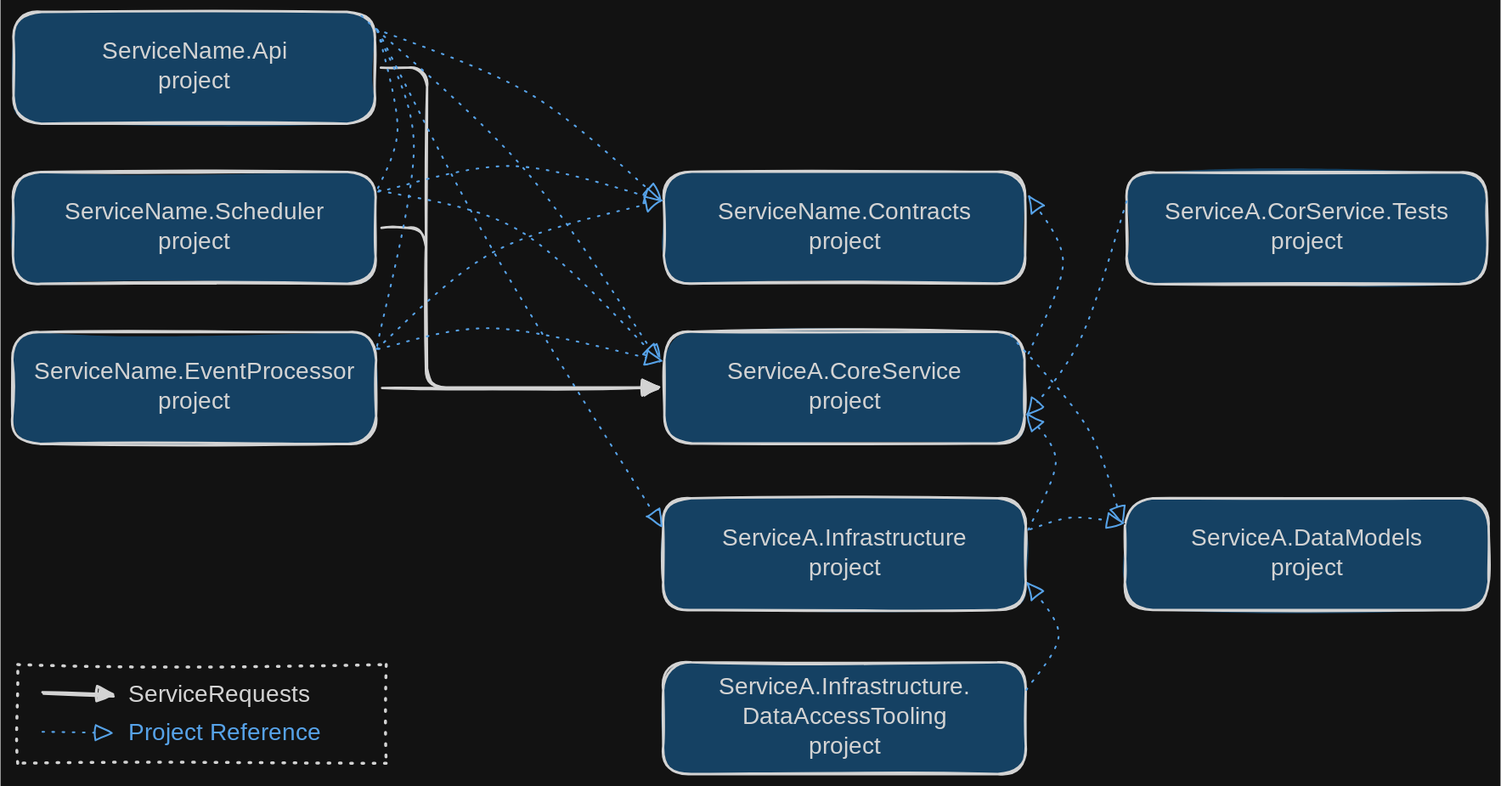
gmarginet/CleanArchitectureToolkit keeps this Excalidraw diagram as resources/schemas/CatServiceProjectStructure.excalidraw.svg. Above is the earlier version. Source tidied: one line per element, renumbered; positions are measured from the earlier drawing's top-left corner, leaving out a move shared by most shapes.
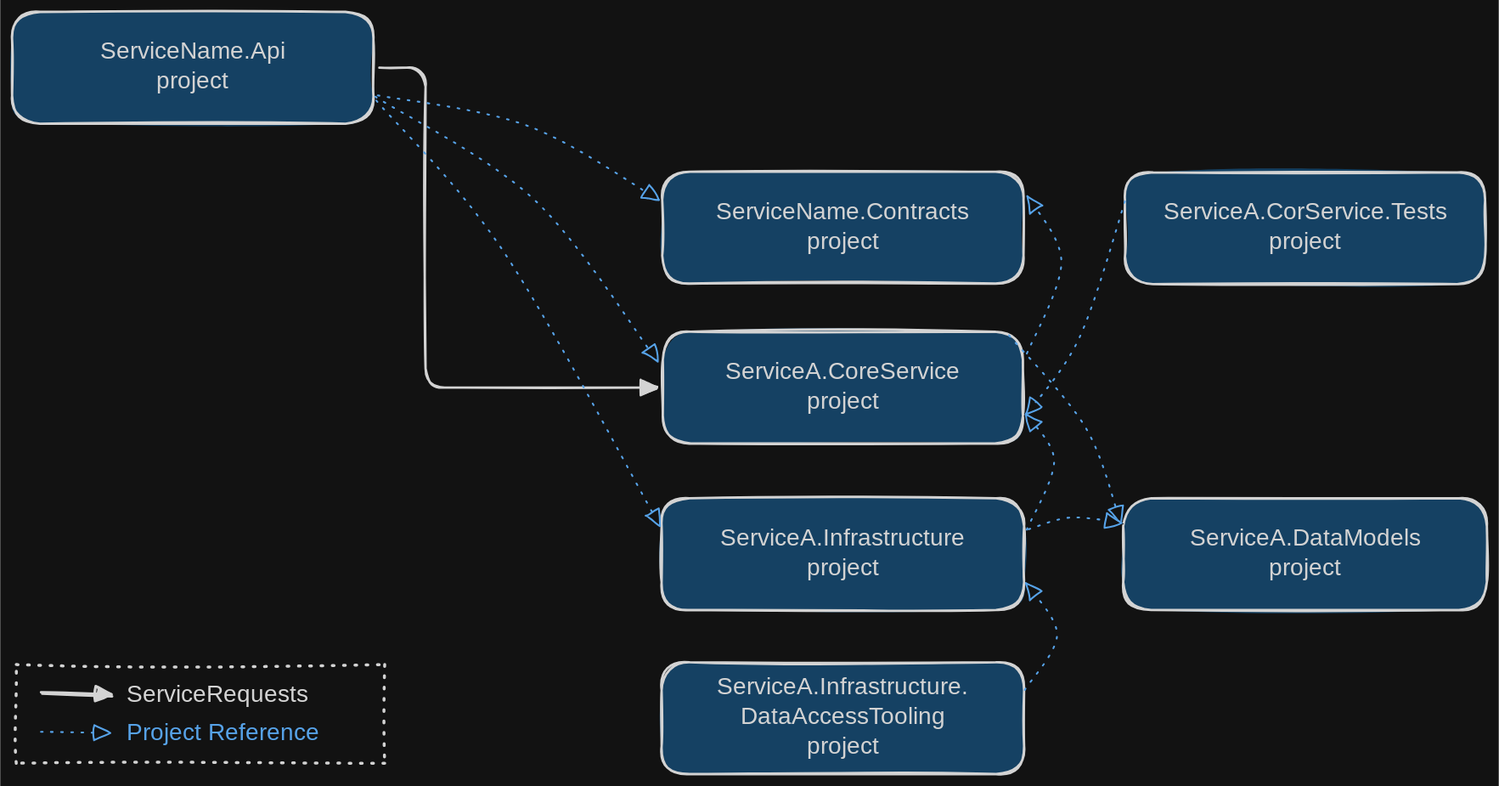
The same diagram one commit later.

Commit message:
Describe the workers as modules of the API, not projects (skip-pub)

Change to the diagram source:
```diff
@@ -1,11 +1,8 @@
-{"id": 0, "type": "rectangle", "strokeColor": "#1e1e1e", "backgroundColor": "#a5d8ff", "fillStyle": "solid", "strokeWidth": 2, "roughness": 1, "round": true, "x": 0, "y": 135, "width": 305, "height": 94}
-{"id": 1, "type": "text", "text": "ServiceName.Scheduler\nproject", "strokeColor": "#1e1e1e", "strokeWidth": 2, "roughness": 1, "fontSize": 20, "fontFamily": 5, "textAlign": "center", "verticalAlign": "middle", "inside": 0, "x": 47, "y": 157, "width": 212, "height": 50}
 {"id": 2, "type": "rectangle", "strokeColor": "#1e1e1e", "backgroundColor": "#a5d8ff", "fillStyle": "solid", "strokeWidth": 2, "roughness": 1, "round": true, "x": 1, "y": 0, "width": 304, "height": 94}
 {"id": 3, "type": "text", "text": "ServiceName.Api\nproject", "strokeColor": "#1e1e1e", "strokeWidth": 2, "roughness": 1, "fontSize": 20, "fontFamily": 5, "textAlign": "center", "verticalAlign": "middle", "inside": 2, "x": 78, "y": 22, "width": 150, "height": 50}
 {"id": 4, "type": "rectangle", "strokeColor": "#1e1e1e", "backgroundColor": "#a5d8ff", "fillStyle": "solid", "strokeWidth": 2, "roughness": 1, "round": true, "x": 548, "y": 269, "width": 303, "height": 94}
 {"id": 5, "type": "text", "text": "ServiceA.CoreService\nproject", "strokeColor": "#1e1e1e", "strokeWidth": 2, "roughness": 1, "fontSize": 20, "fontFamily": 5, "textAlign": "center", "verticalAlign": "middle", "inside": 4, "x": 601, "y": 291, "width": 197, "height": 50}
 {"id": 6, "type": "arrow", "strokeColor": "#1e1e1e", "strokeWidth": 2, "roughness": 1, "endArrowhead": "triangle", "from": 2, "to": 4, "x": 310, "y": 47, "width": 234, "height": 269, "points": [[0, 0], [39, 0], [39, 269], [234, 269]]}
-{"id": 7, "type": "arrow", "strokeColor": "#1e1e1e", "strokeWidth": 2, "roughness": 1, "endArrowhead": "triangle", "from": 0, "to": 4, "x": 310, "y": 182, "width": 233, "height": 134, "points": [[0, 0], [37, 0], [37, 134], [233, 134]]}
 {"id": 8, "type": "rectangle", "strokeColor": "#1e1e1e", "backgroundColor": "#a5d8ff", "fillStyle": "solid", "strokeWidth": 2, "roughness": 1, "round": true, "x": 548, "y": 134, "width": 304, "height": 94}
 {"id": 9, "type": "text", "text": "ServiceName.Contracts\nproject", "strokeColor": "#1e1e1e", "strokeWidth": 2, "roughness": 1, "fontSize": 20, "fontFamily": 5, "textAlign": "center", "verticalAlign": "middle", "inside": 8, "x": 591, "y": 156, "width": 218, "height": 50}
 {"id": 10, "type": "rectangle", "strokeColor": "#1e1e1e", "backgroundColor": "#a5d8ff", "fillStyle": "solid", "strokeWidth": 2, "roughness": 1, "round": true, "x": 548, "y": 409, "width": 305, "height": 94}
@@ -21,21 +18,12 @@
 {"id": 20, "type": "arrow", "strokeColor": "#1e1e1e", "strokeWidth": 2, "roughness": 1, "endArrowhead": "triangle", "round": true, "x": 26, "y": 574, "width": 59, "height": 1, "points": [[0, 0], [59, 1]]}
 {"id": 21, "type": "text", "text": "ServiceRequests", "strokeColor": "#1e1e1e", "strokeWidth": 2, "roughness": 1, "fontSize": 20, "fontFamily": 5, "x": 98, "y": 563, "width": 158, "height": 25}
 {"id": 22, "type": "rectangle", "strokeColor": "#1e1e1e", "strokeWidth": 2, "strokeStyle": "dotted", "roughness": 1, "x": 4, "y": 549, "width": 310, "height": 83}
-{"id": 23, "type": "rectangle", "strokeColor": "#1e1e1e", "backgroundColor": "#a5d8ff", "fillStyle": "solid", "strokeWidth": 2, "roughness": 1, "round": true, "x": 0, "y": 269, "width": 306, "height": 94}
-{"id": 24, "type": "text", "text": "ServiceName.EventProcessor\nproject", "strokeColor": "#1e1e1e", "strokeWidth": 2, "roughness": 1, "fontSize": 20, "fontFamily": 5, "textAlign": "center", "verticalAlign": "middle", "inside": 23, "x": 16, "y": 291, "width": 275, "height": 50}
-{"id": 25, "type": "arrow", "strokeColor": "#1e1e1e", "strokeWidth": 2, "roughness": 1, "endArrowhead": "triangle", "from": 23, "x": 311, "y": 316, "width": 232, "height": 0, "points": [[0, 0], [232, 0]]}
-{"id": 26, "type": "arrow", "strokeColor": "#1971c2", "strokeWidth": 1, "strokeStyle": "dotted", "roughness": 1, "endArrowhead": "triangle_outline", "round": true, "from": 2, "to": 8, "x": 306, "y": 15, "width": 240, "height": 144, "points": [[0, 0], [130, 54], [240, 144]]}
+{"id": 26, "type": "arrow", "strokeColor": "#1971c2", "strokeWidth": 1, "strokeStyle": "dotted", "roughness": 1, "endArrowhead": "triangle_outline", "round": true, "from": 2, "to": 8, "x": 309, "y": 71, "width": 237, "height": 88, "points": [[0, 0], [125, 24], [237, 88]]}
-{"id": 27, "type": "arrow", "strokeColor": "#1971c2", "strokeWidth": 1, "strokeStyle": "dotted", "roughness": 1, "endArrowhead": "triangle_outline", "round": true, "from": 2, "to": 4, "x": 294, "y": 3, "width": 251, "height": 290, "points": [[0, 0], [137, 128], [251, 290]]}
+{"id": 27, "type": "arrow", "strokeColor": "#1971c2", "strokeWidth": 1, "strokeStyle": "dotted", "roughness": 1, "endArrowhead": "triangle_outline", "round": true, "from": 2, "to": 4, "x": 307, "y": 71, "width": 238, "height": 222, "points": [[0, 0], [134, 86], [238, 222]]}
-{"id": 28, "type": "arrow", "strokeColor": "#1971c2", "strokeWidth": 1, "strokeStyle": "dotted", "roughness": 1, "endArrowhead": "triangle_outline", "round": true, "from": 2, "to": 10, "x": 306, "y": 15, "width": 240, "height": 418, "points": [[0, 0], [99, 189], [240, 418]]}
+{"id": 28, "type": "arrow", "strokeColor": "#1971c2", "strokeWidth": 1, "strokeStyle": "dotted", "roughness": 1, "endArrowhead": "triangle_outline", "round": true, "from": 2, "to": 10, "x": 306, "y": 74, "width": 240, "height": 359, "points": [[0, 0], [107, 127], [240, 359]]}
 {"id": 29, "type": "arrow", "strokeColor": "#1971c2", "strokeWidth": 1, "strokeStyle": "dotted", "roughness": 1, "startArrowhead": "triangle_outline", "round": true, "from": 8, "to": 4, "x": 855, "y": 155, "width": 29, "height": 134, "points": [[0, 0], [28, 55], [-1, 134]]}
 {"id": 30, "type": "arrow", "strokeColor": "#1971c2", "strokeWidth": 1, "strokeStyle": "dotted", "roughness": 1, "endArrowhead": "triangle_outline", "round": true, "from": 16, "to": 4, "x": 936, "y": 159, "width": 83, "height": 179, "points": [[0, 0], [-38, 115], [-83, 179]]}
 {"id": 31, "type": "arrow", "strokeColor": "#1971c2", "strokeWidth": 1, "strokeStyle": "dotted", "roughness": 1, "endArrowhead": "triangle_outline", "round": true, "from": 10, "to": 4, "x": 856, "y": 435, "width": 25, "height": 98, "points": [[0, 0], [22, -57], [-3, -98]]}
 {"id": 32, "type": "arrow", "strokeColor": "#1971c2", "strokeWidth": 1, "strokeStyle": "dotted", "roughness": 1, "endArrowhead": "triangle_outline", "round": true, "from": 4, "to": 12, "x": 839, "y": 273, "width": 95, "height": 156, "points": [[0, 0], [65, 76], [95, 156]]}
 {"id": 33, "type": "arrow", "strokeColor": "#1971c2", "strokeWidth": 1, "strokeStyle": "dotted", "roughness": 1, "endArrowhead": "triangle_outline", "round": true, "from": 10, "to": 12, "x": 855, "y": 435, "width": 79, "height": 10, "points": [[0, 0], [35, -10], [79, -5]]}
-{"id": 34, "type": "arrow", "strokeColor": "#1971c2", "strokeWidth": 1, "strokeStyle": "dotted", "roughness": 1, "round": true, "from": 2, "to": 0, "x": 306, "y": 15, "width": 17, "height": 137, "points": [[0, 0], [17, 84], [1, 137]]}
-{"id": 35, "type": "arrow", "strokeColor": "#1971c2", "strokeWidth": 1, "strokeStyle": "dotted", "roughness": 1, "round": true, "from": 2, "to": 23, "x": 307, "y": 15, "width": 30, "height": 270, "points": [[0, 0], [30, 98], [1, 270]]}
-{"id": 36, "type": "arrow", "strokeColor": "#1971c2", "strokeWidth": 1, "strokeStyle": "dotted", "roughness": 1, "endArrowhead": "triangle_outline", "round": true, "from": 0, "to": 4, "x": 307, "y": 150, "width": 238, "height": 143, "points": [[0, 0], [120, 35], [238, 143]]}
-{"id": 37, "type": "arrow", "strokeColor": "#1971c2", "strokeWidth": 1, "strokeStyle": "dotted", "roughness": 1, "endArrowhead": "triangle_outline", "round": true, "from": 0, "to": 8, "x": 307, "y": 150, "width": 239, "height": 29, "points": [[0, 0], [113, -20], [239, 9]]}
-{"id": 38, "type": "arrow", "strokeColor": "#1971c2", "strokeWidth": 1, "strokeStyle": "dotted", "roughness": 1, "endArrowhead": "triangle_outline", "round": true, "from": 23, "to": 8, "x": 307, "y": 284, "width": 240, "height": 125, "points": [[0, 0], [100, -82], [240, -125]]}
-{"id": 39, "type": "arrow", "strokeColor": "#1971c2", "strokeWidth": 1, "strokeStyle": "dotted", "roughness": 1, "endArrowhead": "triangle_outline", "round": true, "from": 23, "to": 4, "x": 308, "y": 285, "width": 237, "height": 26, "points": [[0, 0], [99, -18], [237, 8]]}
 {"id": 40, "type": "arrow", "strokeColor": "#1971c2", "strokeWidth": 1, "strokeStyle": "dotted", "roughness": 1, "endArrowhead": "triangle_outline", "round": true, "from": 14, "to": 10, "x": 853, "y": 571, "width": 27, "height": 92, "points": [[0, 0], [27, -48], [1, -92]]}
```
